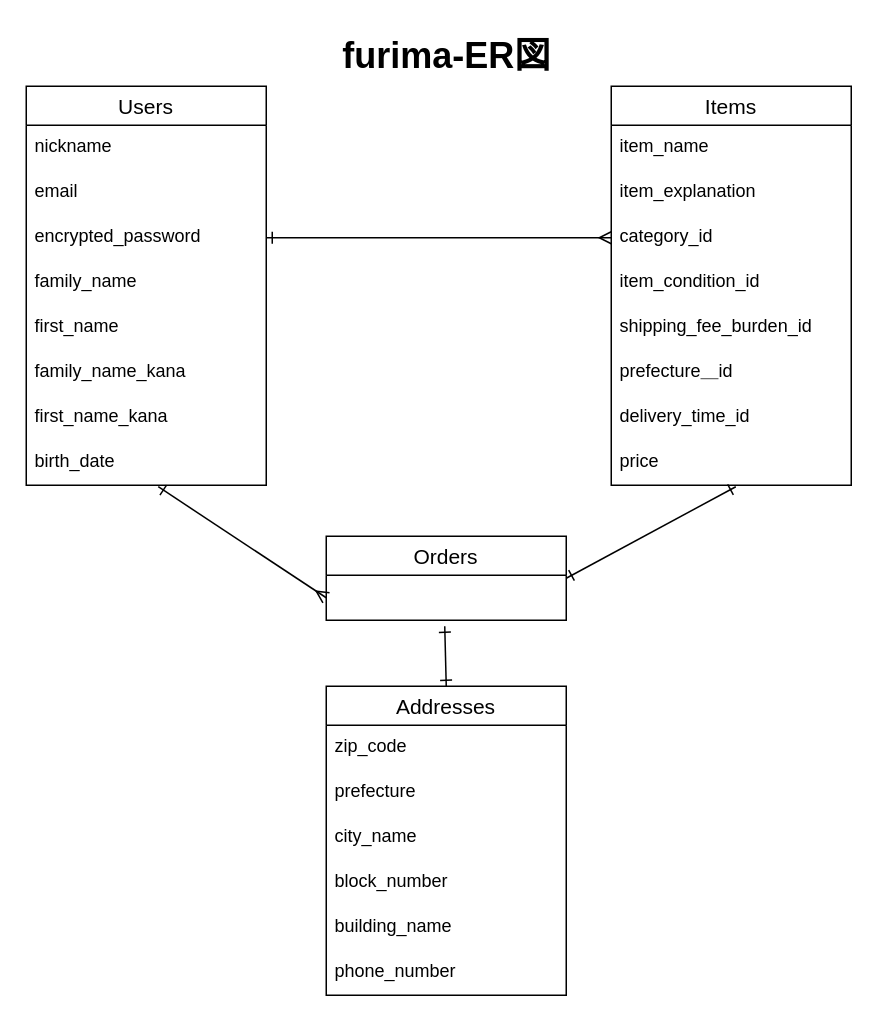
Above: furima.dio in okahiro0701/furima-40232 (draw.io), before the change. Source tidied: cells renumbered, new cells numbered last; positions are measured from the earlier drawing's top-left corner, leaving out a move shared by most shapes. Both pictures are drawn from the tidied source at 150%, with x=0, y=0 at pixel (26, 26).
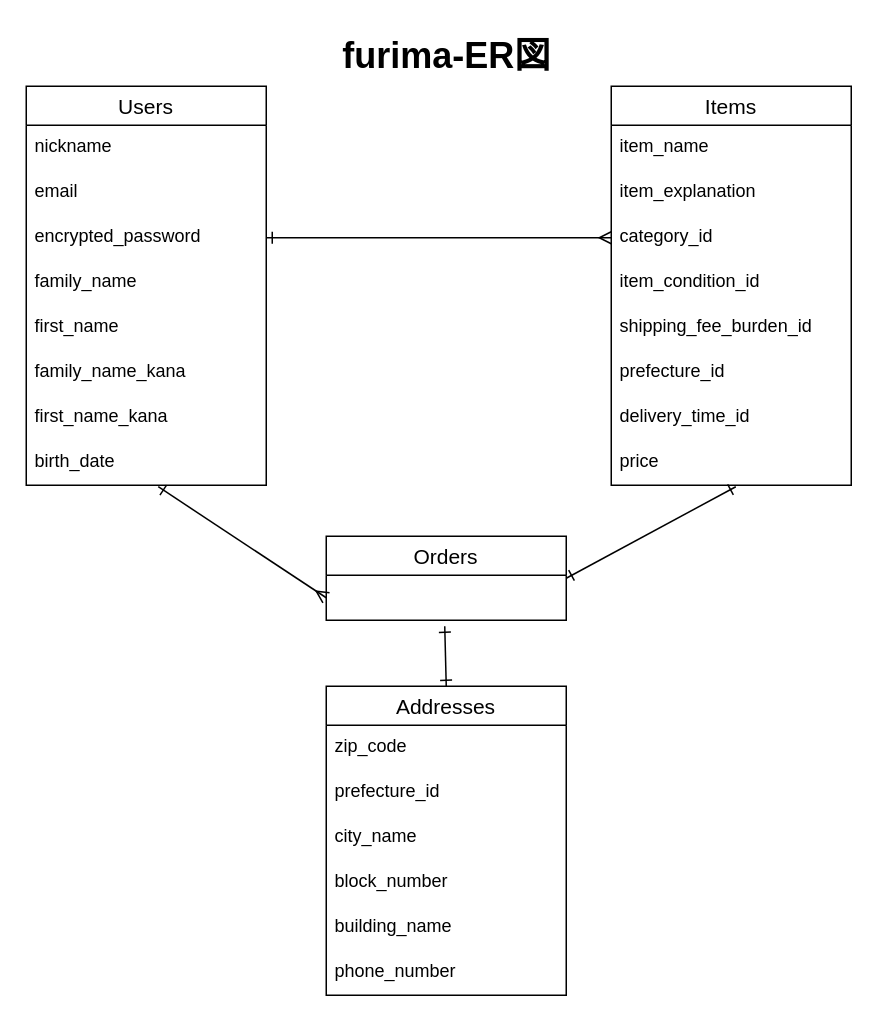
The same diagram, later.

Commit message (it also covers changes not shown here):
DB設計の修正3

The change refers to these unchanged cells:
```xml
<mxCell id="12" value="Items" style="swimlane;fontStyle=0;horizontal=1;startSize=26;align=center;fontSize=14;" parent="1" vertex="1">
  <mxGeometry x="390" y="40" width="160" height="266" as="geometry" />
</mxCell>
<mxCell id="25" value="Addresses" style="swimlane;fontStyle=0;horizontal=1;startSize=26;align=center;fontSize=14;" parent="1" vertex="1">
  <mxGeometry x="200" y="440" width="160" height="206" as="geometry" />
</mxCell>
```

The edit, as a diff of the source:
```diff
@@
-    <mxCell id="18" value="prefecture＿id" style="text;strokeColor=none;fillColor=none;spacingLeft=4;spacingRight=4;overflow=hidden;fontSize=12;" parent="12" vertex="1">
+    <mxCell id="18" value="prefecture_id" style="text;strokeColor=none;fillColor=none;spacingLeft=4;spacingRight=4;overflow=hidden;fontSize=12;" parent="12" vertex="1">
       <mxGeometry y="176" width="160" height="30" as="geometry" />
     </mxCell>
@@
-    <mxCell id="27" value="prefecture" style="text;strokeColor=none;fillColor=none;spacingLeft=4;spacingRight=4;overflow=hidden;fontSize=12;" parent="25" vertex="1">
+    <mxCell id="27" value="prefecture_id" style="text;strokeColor=none;fillColor=none;spacingLeft=4;spacingRight=4;overflow=hidden;fontSize=12;" parent="25" vertex="1">
       <mxGeometry y="56" width="160" height="30" as="geometry" />
     </mxCell>
```
